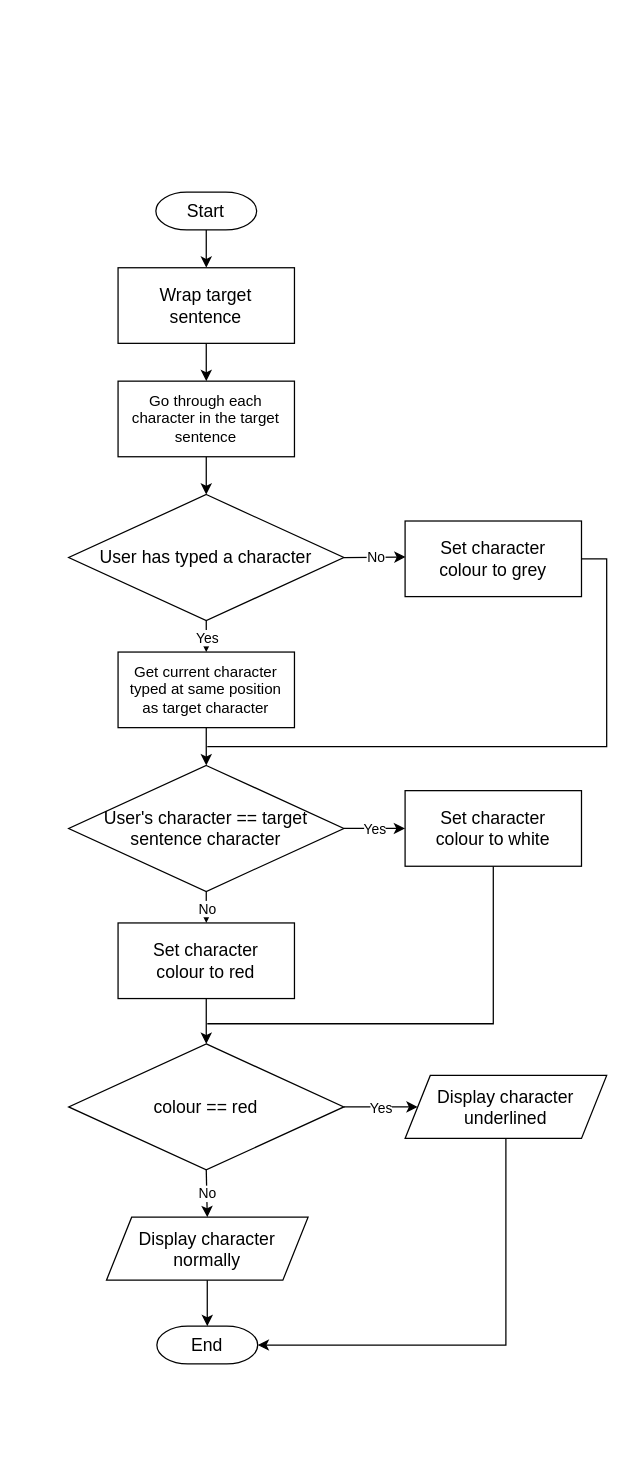
This is diagrams/algorithms/textLogicAlgo.drawio from Bxnetic/wahtype, a draw.io file, before an edit. Source tidied: cells renumbered, new cells numbered last; positions are measured from the earlier drawing's top-left corner, leaving out a move shared by most shapes. Both pictures are drawn from the tidied source at 126%, with x=0, y=0 at pixel (68, 192).
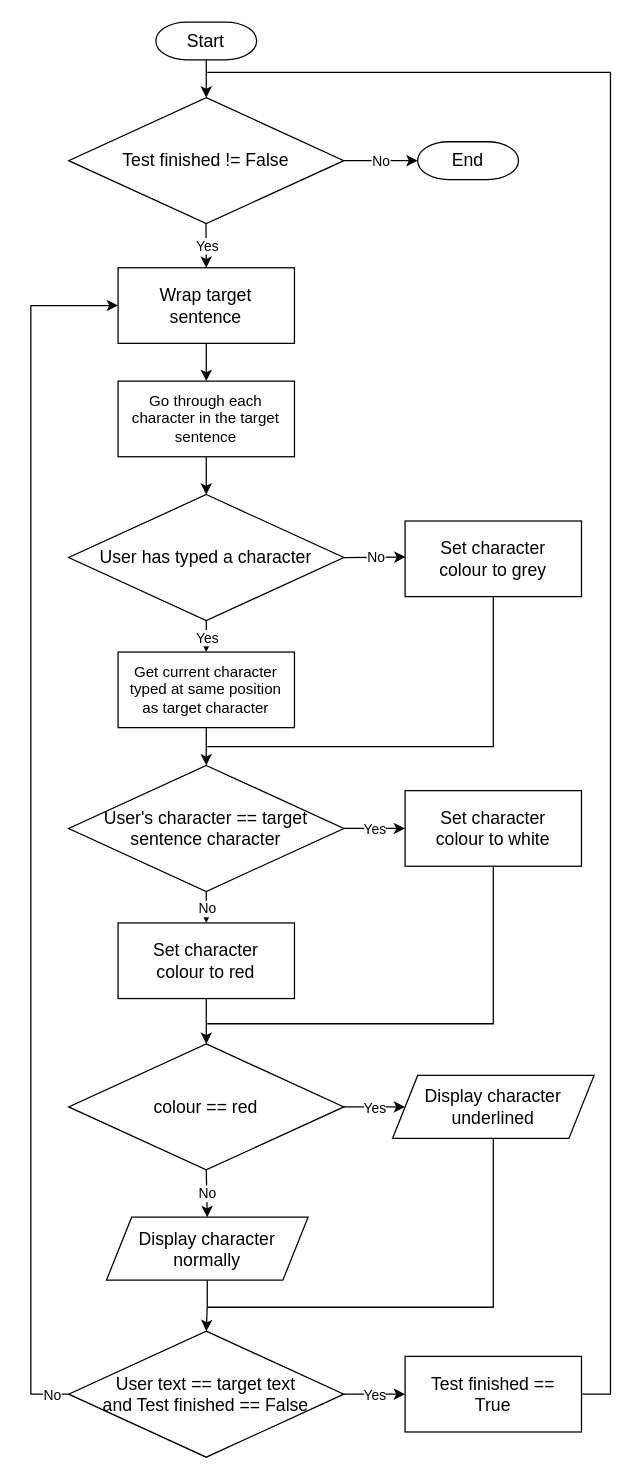
The same diagram, later.

Unchanged cells that the change refers to:
```xml
<mxCell id="5" value="Wrap target sentence" style="rounded=0;whiteSpace=wrap;html=1;strokeColor=default;align=center;verticalAlign=middle;spacingLeft=0;spacingBottom=0;spacing=9;fontFamily=Helvetica;fontSize=14;fontColor=default;fillColor=default;gradientColor=none;" parent="1" vertex="1">
  <mxGeometry x="39.2" y="60" width="140" height="60" as="geometry" />
</mxCell>
<mxCell id="25" value="Set character colour to grey" style="rounded=0;whiteSpace=wrap;html=1;strokeColor=default;align=center;verticalAlign=middle;spacingLeft=0;spacingBottom=0;spacing=9;fontFamily=Helvetica;fontSize=14;fontColor=default;fillColor=default;gradientColor=none;" parent="1" vertex="1">
  <mxGeometry x="267" y="261" width="140" height="60" as="geometry" />
</mxCell>
<mxCell id="26" value="Display character normally" style="shape=parallelogram;perimeter=parallelogramPerimeter;whiteSpace=wrap;html=1;fixedSize=1;fontSize=14;" parent="1" vertex="1">
  <mxGeometry x="30" y="813.5" width="160" height="50" as="geometry" />
</mxCell>
```

Change to the diagram source:
```diff
@@
-    <mxCell id="2" style="edgeStyle=orthogonalEdgeStyle;rounded=0;jettySize=auto;html=1;exitX=0.5;exitY=1;exitDx=0;exitDy=0;exitPerimeter=0;entryX=0.5;entryY=0;entryDx=0;entryDy=0;" parent="1" edge="1" source="3" target="5">
-      <mxGeometry relative="1" as="geometry" />
-    </mxCell>
+    <mxCell id="36" style="edgeStyle=orthogonalEdgeStyle;rounded=0;jettySize=auto;html=1;exitX=0.5;exitY=1;exitDx=0;exitDy=0;exitPerimeter=0;entryX=0.5;entryY=0;entryDx=0;entryDy=0;" parent="1" edge="1" source="3" target="39">
+      <mxGeometry relative="1" as="geometry" />
+    </mxCell>
     <mxCell id="3" value="Start" style="strokeWidth=1;html=1;shape=mxgraph.flowchart.terminator;whiteSpace=wrap;fontSize=14;" parent="1" vertex="1">
-      <mxGeometry x="69.2" width="80" height="30" as="geometry" />
+      <mxGeometry x="69.2" y="-135" width="80" height="30" as="geometry" />
     </mxCell>
@@
-    <mxCell id="24" style="edgeStyle=orthogonalEdgeStyle;rounded=0;jettySize=auto;html=1;exitX=1;exitY=0.5;exitDx=0;exitDy=0;endArrow=none;endFill=0;" parent="1" edge="1" source="25">
+    <mxCell id="24" style="edgeStyle=orthogonalEdgeStyle;rounded=0;jettySize=auto;html=1;endArrow=none;endFill=0;exitX=0.5;exitY=1;exitDx=0;exitDy=0;" parent="1" edge="1" source="25">
       <mxGeometry relative="1" as="geometry">
         <mxPoint x="110" y="440" as="targetPoint" />
         <Array as="points">
-          <mxPoint x="427" y="291" />
-          <mxPoint x="427" y="440" />
+          <mxPoint x="337" y="440" />
         </Array>
       </mxGeometry>
     </mxCell>
@@
+    <mxCell id="37" style="edgeStyle=orthogonalEdgeStyle;rounded=0;jettySize=auto;html=1;exitX=0.5;exitY=1;exitDx=0;exitDy=0;entryX=0.5;entryY=0;entryDx=0;entryDy=0;" parent="1" edge="1" source="26" target="42">
+      <mxGeometry relative="1" as="geometry" />
+    </mxCell>
@@
+    <mxCell id="38" style="edgeStyle=orthogonalEdgeStyle;rounded=0;jettySize=auto;html=1;endArrow=none;endFill=0;exitX=0.5;exitY=1;exitDx=0;exitDy=0;" parent="1" edge="1" source="28">
+      <mxGeometry relative="1" as="geometry">
+        <mxPoint x="110" y="885" as="targetPoint" />
+        <Array as="points">
+          <mxPoint x="337" y="885" />
+        </Array>
+      </mxGeometry>
+    </mxCell>
     <mxCell id="28" value="Display character underlined" style="shape=parallelogram;perimeter=parallelogramPerimeter;whiteSpace=wrap;html=1;fixedSize=1;fontSize=14;" parent="1" vertex="1">
-      <mxGeometry x="267" y="701" width="160" height="50" as="geometry" />
+      <mxGeometry x="257" y="701" width="160" height="50" as="geometry" />
     </mxCell>
@@
     <mxCell id="33" value="End" style="strokeWidth=1;html=1;shape=mxgraph.flowchart.terminator;whiteSpace=wrap;fontSize=14;" parent="1" vertex="1">
-      <mxGeometry x="70" y="900" width="80" height="30" as="geometry" />
+      <mxGeometry x="277" y="-40" width="80" height="30" as="geometry" />
     </mxCell>
-    <mxCell id="34" style="edgeStyle=orthogonalEdgeStyle;rounded=0;jettySize=auto;html=1;exitX=0.5;exitY=1;exitDx=0;exitDy=0;entryX=0.5;entryY=0;entryDx=0;entryDy=0;entryPerimeter=0;" parent="1" edge="1" source="26" target="33">
-      <mxGeometry relative="1" as="geometry" />
-    </mxCell>
-    <mxCell id="35" style="edgeStyle=orthogonalEdgeStyle;rounded=0;jettySize=auto;html=1;exitX=0.5;exitY=1;exitDx=0;exitDy=0;entryX=1;entryY=0.5;entryDx=0;entryDy=0;entryPerimeter=0;" parent="1" edge="1" source="28" target="33">
-      <mxGeometry relative="1" as="geometry" />
-    </mxCell>
+    <mxCell id="39" value="Test finished != False" style="rhombus;html=1;spacing=9;spacingLeft=0;whiteSpace=wrap;labelPosition=center;verticalLabelPosition=middle;align=center;verticalAlign=middle;spacingBottom=0;gradientColor=none;fillColor=default;strokeColor=default;fontFamily=Helvetica;fontSize=14;fontColor=default;" parent="1" vertex="1">
+      <mxGeometry y="-75" width="218.4" height="100" as="geometry" />
+    </mxCell>
+    <mxCell id="40" style="endArrow=classic;html=1;rounded=0;entryX=0.5;entryY=0;entryDx=0;entryDy=0;" parent="1" edge="1" target="5">
+      <mxGeometry relative="1" as="geometry">
+        <mxPoint x="109" y="25" as="sourcePoint" />
+      </mxGeometry>
+    </mxCell>
+    <mxCell id="41" value="Yes" style="edgeLabel;html=1;align=center;verticalAlign=middle;" parent="40" vertex="1">
+      <mxGeometry relative="1" as="geometry" />
+    </mxCell>
+    <mxCell id="42" value="&lt;div&gt;User text == target text&lt;/div&gt;&lt;div&gt;and Test finished == False&lt;/div&gt;" style="rhombus;html=1;spacing=9;spacingLeft=0;whiteSpace=wrap;labelPosition=center;verticalLabelPosition=middle;align=center;verticalAlign=middle;spacingBottom=0;gradientColor=none;fillColor=default;strokeColor=default;fontFamily=Helvetica;fontSize=14;fontColor=default;" parent="1" vertex="1">
+      <mxGeometry y="904" width="218.4" height="100" as="geometry" />
+    </mxCell>
+    <mxCell id="43" style="endArrow=classic;html=1;rounded=0;entryX=0;entryY=0.5;entryDx=0;entryDy=0;entryPerimeter=0;exitX=1;exitY=0.5;exitDx=0;exitDy=0;" parent="1" edge="1" source="39" target="33">
+      <mxGeometry relative="1" as="geometry" />
+    </mxCell>
+    <mxCell id="44" value="No" style="edgeLabel;html=1;align=center;verticalAlign=middle;" parent="43" vertex="1">
+      <mxGeometry relative="1" as="geometry" />
+    </mxCell>
+    <mxCell id="45" style="endArrow=classic;html=1;rounded=0;entryX=0;entryY=0.5;entryDx=0;entryDy=0;exitX=0;exitY=0.5;exitDx=0;exitDy=0;" parent="1" edge="1" source="42" target="5">
+      <mxGeometry relative="1" as="geometry">
+        <Array as="points">
+          <mxPoint x="-30" y="954" />
+          <mxPoint x="-30" y="90" />
+        </Array>
+      </mxGeometry>
+    </mxCell>
+    <mxCell id="46" value="No" style="edgeLabel;html=1;align=center;verticalAlign=middle;" parent="45" vertex="1">
+      <mxGeometry relative="1" as="geometry">
+        <mxPoint x="16" y="452" as="offset" />
+      </mxGeometry>
+    </mxCell>
+    <mxCell id="47" value="Test finished == True" style="rounded=0;whiteSpace=wrap;html=1;strokeColor=default;align=center;verticalAlign=middle;spacingLeft=0;spacingBottom=0;spacing=9;fontFamily=Helvetica;fontSize=14;fontColor=default;fillColor=default;gradientColor=none;" parent="1" vertex="1">
+      <mxGeometry x="267" y="924" width="140" height="60" as="geometry" />
+    </mxCell>
+    <mxCell id="48" style="endArrow=classic;html=1;rounded=0;exitX=1;exitY=0.5;exitDx=0;exitDy=0;entryX=0;entryY=0.5;entryDx=0;entryDy=0;" parent="1" edge="1" source="42" target="47">
+      <mxGeometry relative="1" as="geometry" />
+    </mxCell>
+    <mxCell id="49" value="Yes" style="edgeLabel;html=1;align=center;verticalAlign=middle;" parent="48" vertex="1">
+      <mxGeometry relative="1" as="geometry" />
+    </mxCell>
+    <mxCell id="50" style="edgeStyle=orthogonalEdgeStyle;rounded=0;jettySize=auto;html=1;exitX=1;exitY=0.5;exitDx=0;exitDy=0;endArrow=none;endFill=0;" parent="1" edge="1" source="47">
+      <mxGeometry relative="1" as="geometry">
+        <mxPoint x="110" y="-95" as="targetPoint" />
+        <Array as="points">
+          <mxPoint x="430" y="954" />
+          <mxPoint x="430" y="-95" />
+        </Array>
+      </mxGeometry>
+    </mxCell>
```
